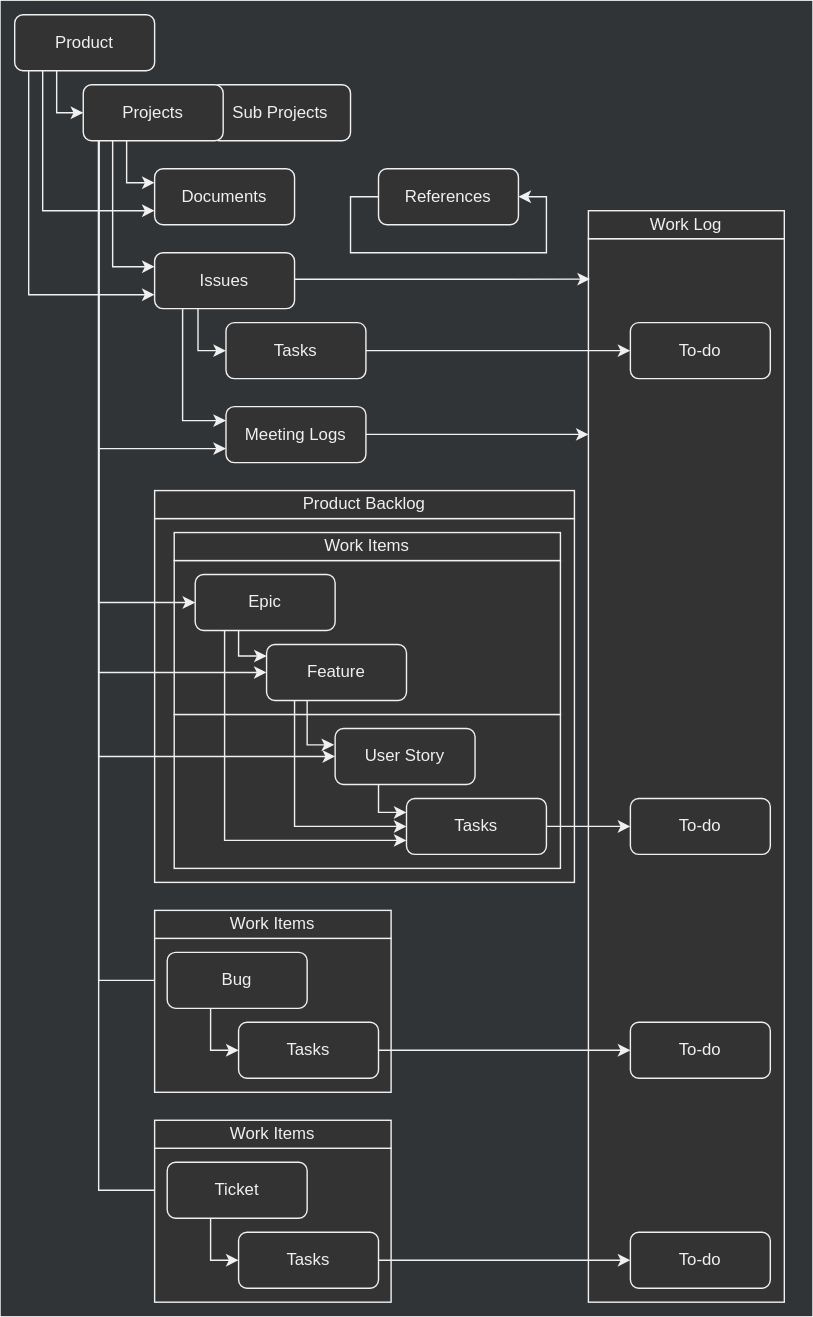
Earlier version of the draw.io export assets/.draw.io/references/notion-usages.svg (jiholee-ntwglobal/jiholee-ntwglobal.github.io). Source tidied: cells renumbered, new cells last; positions are measured from the earlier drawing's top-left corner, leaving out a move shared by most shapes.
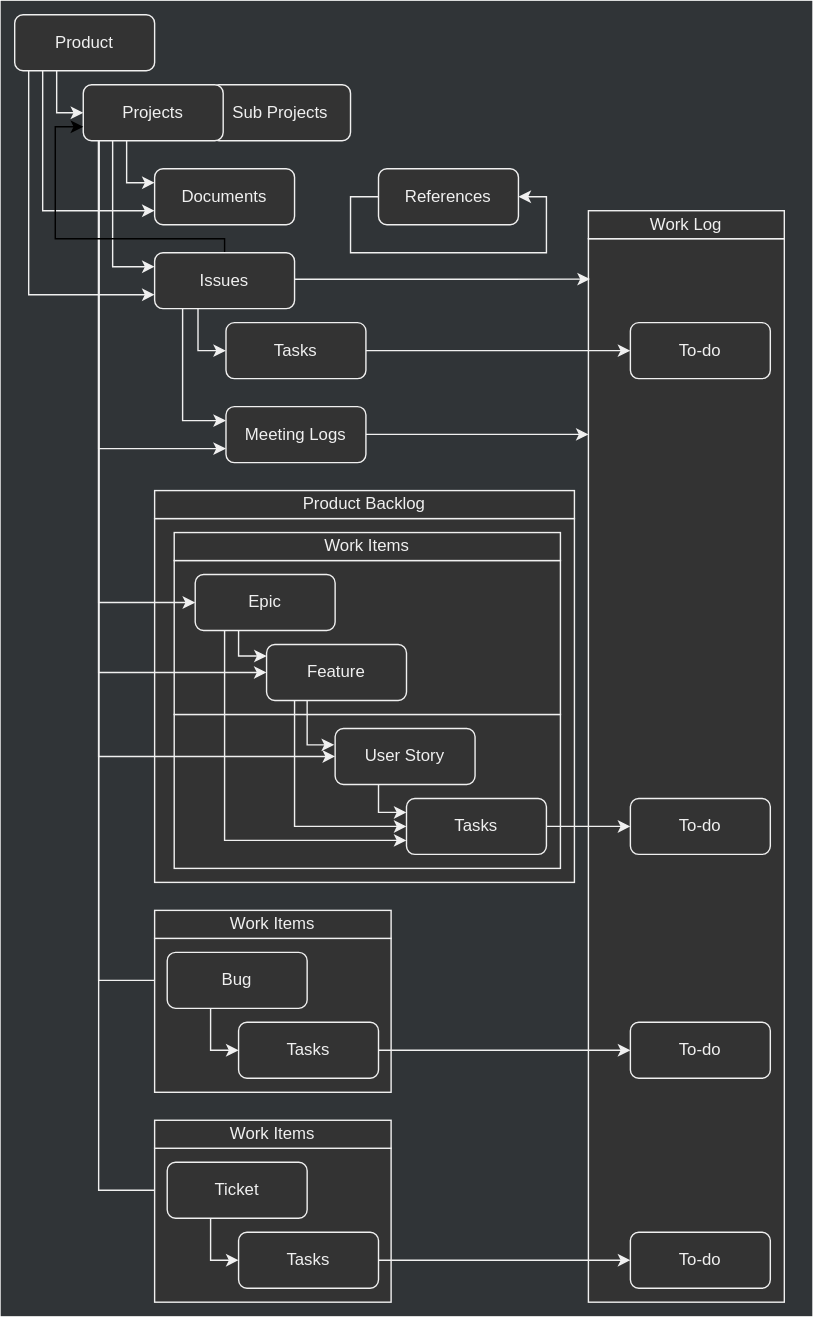
After the change.

Change to the diagram source:
```diff
@@ -243,6 +243,15 @@
         </Array>
       </mxGeometry>
     </mxCell>
+    <mxCell id="61" style="edgeStyle=orthogonalEdgeStyle;rounded=0;jettySize=auto;html=1;entryX=0;entryY=0.75;entryDx=0;entryDy=0;" parent="1" edge="1" source="54" target="22">
+      <mxGeometry relative="1" as="geometry">
+        <Array as="points">
+          <mxPoint x="160" y="170" />
+          <mxPoint x="39" y="170" />
+          <mxPoint x="39" y="90" />
+        </Array>
+      </mxGeometry>
+    </mxCell>
     <mxCell id="54" value="&lt;font color=&quot;#f0f0f0&quot;&gt;Issues&lt;/font&gt;" style="rounded=1;whiteSpace=wrap;html=1;fontSize=12;glass=0;strokeWidth=1;shadow=0;strokeColor=#F0F0F0;fillColor=#333333;fontColor=#FFFFFF;" parent="1" vertex="1">
       <mxGeometry x="110" y="180" width="100" height="40" as="geometry" />
     </mxCell>
```
